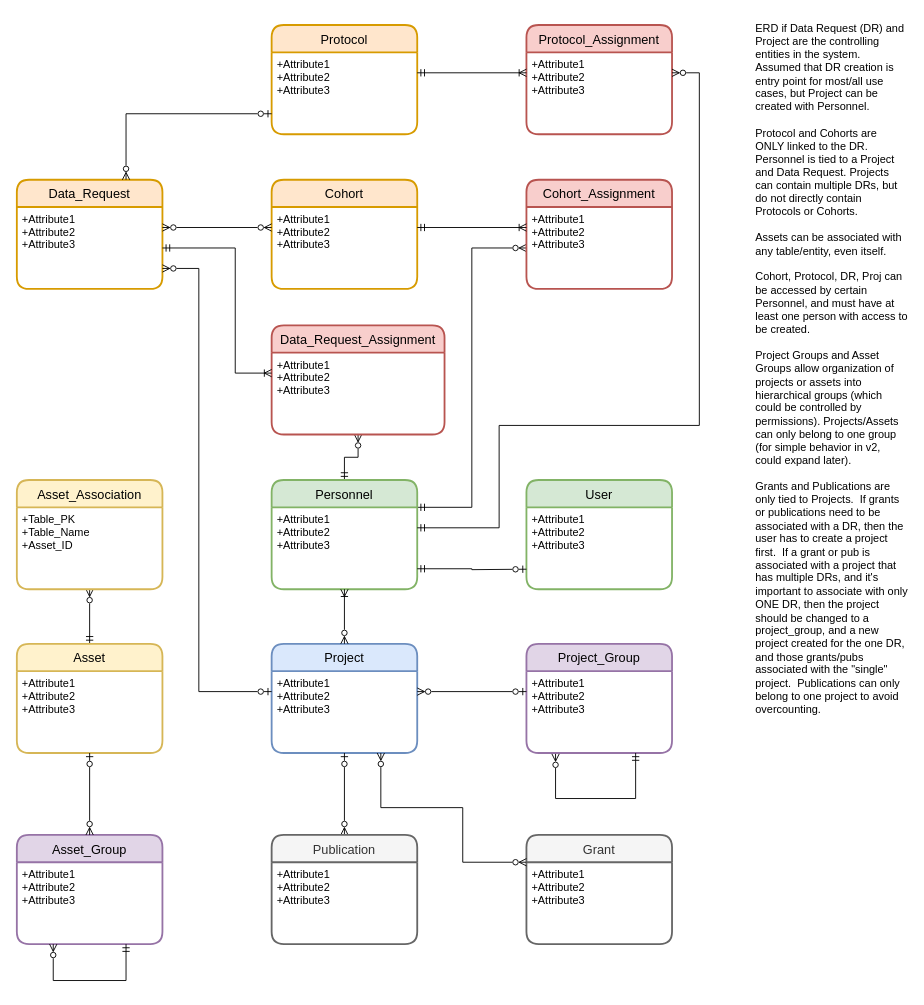
The draw.io diagram page "Full Access" (8 of 8) of DataLens ERD.drawio in ntimkovich/UAB-II-Diagrams, before the edit. Source tidied: cells renumbered, new cells numbered last; positions are measured from the earlier drawing's top-left corner, leaving out a move shared by most shapes. Both pictures are drawn from the tidied source at 91%, with x=0, y=0 at pixel (16, 15).
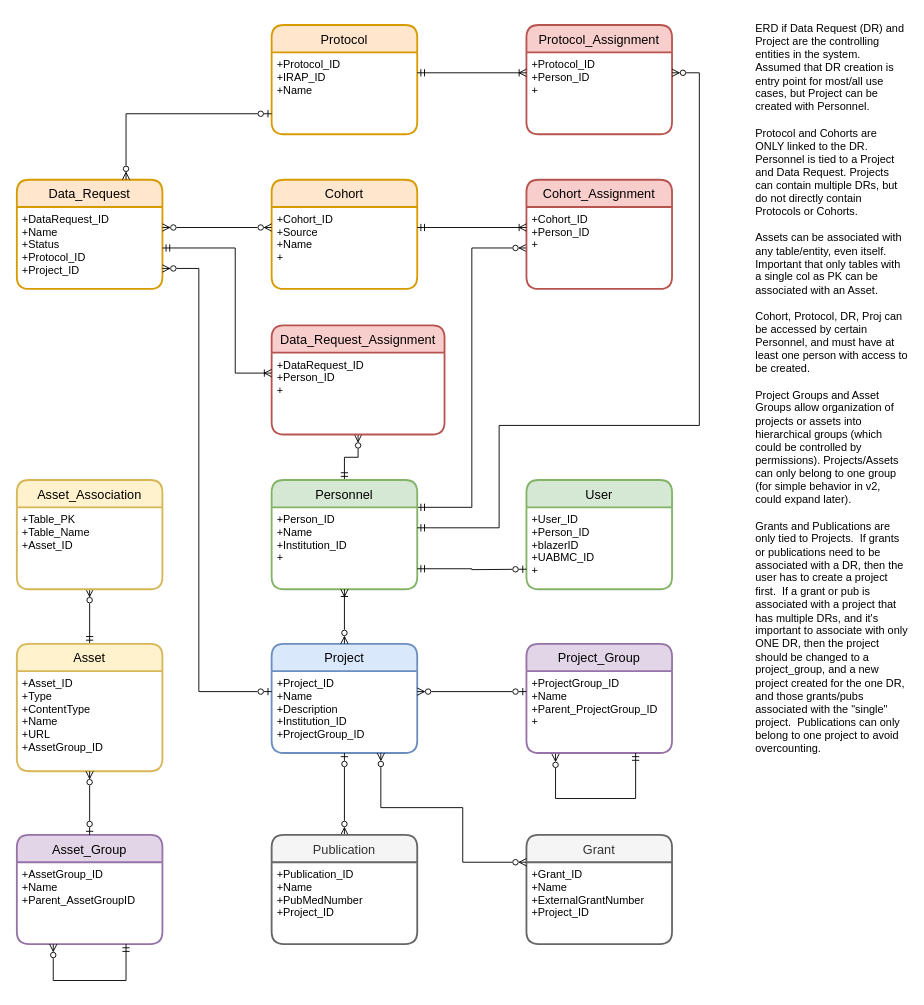
The same diagram, later.

The change refers to these unchanged cells:
```xml
<mxCell id="2" value="Data_Request" style="swimlane;horizontal=1;startSize=30;rounded=1;fontSize=14;fontStyle=0;strokeWidth=2;shadow=0;dashed=0;align=center;fillColor=#ffe6cc;strokeColor=#d79b00;" parent="1" vertex="1">
  <mxGeometry y="180" width="160" height="120" as="geometry" />
</mxCell>
<mxCell id="4" value="Protocol" style="swimlane;horizontal=1;startSize=30;rounded=1;fontSize=14;fontStyle=0;strokeWidth=2;shadow=0;dashed=0;align=center;fillColor=#ffe6cc;strokeColor=#d79b00;" parent="1" vertex="1">
  <mxGeometry x="280" y="10" width="160" height="120" as="geometry" />
</mxCell>
<mxCell id="6" value="Cohort" style="swimlane;horizontal=1;startSize=30;rounded=1;fontSize=14;fontStyle=0;strokeWidth=2;shadow=0;dashed=0;align=center;fillColor=#ffe6cc;strokeColor=#d79b00;" parent="1" vertex="1">
  <mxGeometry x="280" y="180" width="160" height="120" as="geometry" />
</mxCell>
<mxCell id="10" value="Personnel" style="swimlane;horizontal=1;startSize=30;rounded=1;fontSize=14;fontStyle=0;strokeWidth=2;shadow=0;dashed=0;align=center;fillColor=#d5e8d4;strokeColor=#82b366;" parent="1" vertex="1">
  <mxGeometry x="280" y="510" width="160" height="120" as="geometry" />
</mxCell>
<mxCell id="12" value="User" style="swimlane;horizontal=1;startSize=30;rounded=1;fontSize=14;fontStyle=0;strokeWidth=2;shadow=0;dashed=0;align=center;fillColor=#d5e8d4;strokeColor=#82b366;" parent="1" vertex="1">
  <mxGeometry x="560" y="510" width="160" height="120" as="geometry" />
</mxCell>
<mxCell id="14" value="Project" style="swimlane;horizontal=1;startSize=30;rounded=1;fontSize=14;fontStyle=0;strokeWidth=2;shadow=0;dashed=0;align=center;fillColor=#dae8fc;strokeColor=#6c8ebf;" parent="1" vertex="1">
  <mxGeometry x="280" y="690" width="160" height="120" as="geometry" />
</mxCell>
<mxCell id="22" value="Data_Request_Assignment" style="swimlane;horizontal=1;startSize=30;rounded=1;fontSize=14;fontStyle=0;strokeWidth=2;shadow=0;dashed=0;align=center;fillColor=#f8cecc;strokeColor=#b85450;" parent="1" vertex="1">
  <mxGeometry x="280" y="340" width="190" height="120" as="geometry" />
</mxCell>
<mxCell id="30" value="Cohort_Assignment" style="swimlane;horizontal=1;startSize=30;rounded=1;fontSize=14;fontStyle=0;strokeWidth=2;shadow=0;dashed=0;align=center;fillColor=#f8cecc;strokeColor=#b85450;" parent="1" vertex="1">
  <mxGeometry x="560" y="180" width="160" height="120" as="geometry" />
</mxCell>
<mxCell id="33" value="Protocol_Assignment" style="swimlane;horizontal=1;startSize=30;rounded=1;fontSize=14;fontStyle=0;strokeWidth=2;shadow=0;dashed=0;align=center;fillColor=#f8cecc;strokeColor=#b85450;" parent="1" vertex="1">
  <mxGeometry x="560" y="10" width="160" height="120" as="geometry" />
</mxCell>
<mxCell id="37" value="Project_Group" style="swimlane;horizontal=1;startSize=30;rounded=1;fontSize=14;fontStyle=0;strokeWidth=2;shadow=0;dashed=0;align=center;fillColor=#e1d5e7;strokeColor=#9673a6;" parent="1" vertex="1">
  <mxGeometry x="560" y="690" width="160" height="120" as="geometry" />
</mxCell>
<mxCell id="41" value="Asset_Group" style="swimlane;horizontal=1;startSize=30;rounded=1;fontSize=14;fontStyle=0;strokeWidth=2;shadow=0;dashed=0;align=center;fillColor=#e1d5e7;strokeColor=#9673a6;" parent="1" vertex="1">
  <mxGeometry y="900" width="160" height="120" as="geometry" />
</mxCell>
<mxCell id="46" value="Publication" style="swimlane;horizontal=1;startSize=30;rounded=1;fontSize=14;fontStyle=0;strokeWidth=2;shadow=0;dashed=0;align=center;fillColor=#f5f5f5;fontColor=#333333;strokeColor=#666666;" parent="1" vertex="1">
  <mxGeometry x="280" y="900" width="160" height="120" as="geometry" />
</mxCell>
<mxCell id="48" value="Grant" style="swimlane;horizontal=1;startSize=30;rounded=1;fontSize=14;fontStyle=0;strokeWidth=2;shadow=0;dashed=0;align=center;fillColor=#f5f5f5;fontColor=#333333;strokeColor=#666666;" parent="1" vertex="1">
  <mxGeometry x="560" y="900" width="160" height="120" as="geometry" />
</mxCell>
```

Diff of the diagram source:
```diff
@@
-    <mxCell id="3" value="+Attribute1&#10;+Attribute2&#10;+Attribute3" style="align=left;strokeColor=none;fillColor=none;spacingLeft=4;fontSize=12;verticalAlign=top;" parent="2" vertex="1">
+    <mxCell id="3" value="+DataRequest_ID&#10;+Name&#10;+Status&#10;+Protocol_ID&#10;+Project_ID" style="align=left;strokeColor=none;fillColor=none;spacingLeft=4;fontSize=12;verticalAlign=top;" parent="2" vertex="1">
       <mxGeometry y="30" width="160" height="90" as="geometry" />
     </mxCell>
@@
-    <mxCell id="5" value="+Attribute1&#10;+Attribute2&#10;+Attribute3" style="align=left;strokeColor=none;fillColor=none;spacingLeft=4;fontSize=12;verticalAlign=top;" parent="4" vertex="1">
+    <mxCell id="5" value="+Protocol_ID&#10;+IRAP_ID&#10;+Name" style="align=left;strokeColor=none;fillColor=none;spacingLeft=4;fontSize=12;verticalAlign=top;" parent="4" vertex="1">
       <mxGeometry y="30" width="160" height="90" as="geometry" />
     </mxCell>
@@
-    <mxCell id="7" value="+Attribute1&#10;+Attribute2&#10;+Attribute3" style="align=left;strokeColor=none;fillColor=none;spacingLeft=4;fontSize=12;verticalAlign=top;" parent="6" vertex="1">
+    <mxCell id="7" value="+Cohort_ID&#10;+Source&#10;+Name&#10;+" style="align=left;strokeColor=none;fillColor=none;spacingLeft=4;fontSize=12;verticalAlign=top;" parent="6" vertex="1">
       <mxGeometry y="30" width="160" height="90" as="geometry" />
     </mxCell>
@@
-    <mxCell id="11" value="+Attribute1&#10;+Attribute2&#10;+Attribute3" style="align=left;strokeColor=none;fillColor=none;spacingLeft=4;fontSize=12;verticalAlign=top;" parent="10" vertex="1">
+    <mxCell id="11" value="+Person_ID&#10;+Name&#10;+Institution_ID&#10;+" style="align=left;strokeColor=none;fillColor=none;spacingLeft=4;fontSize=12;verticalAlign=top;" parent="10" vertex="1">
       <mxGeometry y="30" width="160" height="90" as="geometry" />
     </mxCell>
@@
-    <mxCell id="13" value="+Attribute1&#10;+Attribute2&#10;+Attribute3" style="align=left;strokeColor=none;fillColor=none;spacingLeft=4;fontSize=12;verticalAlign=top;" parent="12" vertex="1">
+    <mxCell id="13" value="+User_ID&#10;+Person_ID&#10;+blazerID&#10;+UABMC_ID&#10;+" style="align=left;strokeColor=none;fillColor=none;spacingLeft=4;fontSize=12;verticalAlign=top;" parent="12" vertex="1">
       <mxGeometry y="30" width="160" height="90" as="geometry" />
     </mxCell>
@@
-    <mxCell id="15" value="+Attribute1&#10;+Attribute2&#10;+Attribute3" style="align=left;strokeColor=none;fillColor=none;spacingLeft=4;fontSize=12;verticalAlign=top;" parent="14" vertex="1">
+    <mxCell id="15" value="+Project_ID&#10;+Name&#10;+Description&#10;+Institution_ID&#10;+ProjectGroup_ID" style="align=left;strokeColor=none;fillColor=none;spacingLeft=4;fontSize=12;verticalAlign=top;" parent="14" vertex="1">
       <mxGeometry y="30" width="160" height="90" as="geometry" />
     </mxCell>
@@
-    <mxCell id="21" value="ERD if Data Request (DR) and Project are the controlling entities in the system.&amp;nbsp; Assumed that DR creation is entry point for most/all use cases, but Project can be created with Personnel.&lt;br&gt;&lt;br&gt;Protocol and Cohorts are ONLY linked to the DR.&amp;nbsp; Personnel is tied to a Project and Data Request. Projects can contain multiple DRs, but do not directly contain Protocols or Cohorts.&lt;br&gt;&lt;br&gt;Assets can be associated with any table/entity, even itself.&lt;br&gt;&lt;br&gt;Cohort, Protocol, DR, Proj can be accessed by certain Personnel, and must have at least one person with access to be created.&lt;br&gt;&lt;br&gt;Project Groups and Asset Groups allow organization of projects or assets into hierarchical groups (which could be controlled by permissions). Projects/Assets can only belong to one group (for simple behavior in v2, could expand later).&lt;br&gt;&lt;br&gt;Grants and Publications are only tied to Projects.&amp;nbsp; If grants or publications need to be associated with a DR, then the user has to create a project first.&amp;nbsp; If a grant or pub is associated with a project that has multiple DRs, and it's important to associate with only ONE DR, then the project should be changed to a project_group, and a new project created for the one DR, and those grants/pubs associated with the &quot;single&quot; project.&amp;nbsp; Publications can only belong to one project to avoid overcounting." style="text;html=1;strokeColor=none;fillColor=none;align=left;verticalAlign=top;whiteSpace=wrap;rounded=0;" parent="1" vertex="1">
+    <mxCell id="21" value="ERD if Data Request (DR) and Project are the controlling entities in the system.&amp;nbsp; Assumed that DR creation is entry point for most/all use cases, but Project can be created with Personnel.&lt;br&gt;&lt;br&gt;Protocol and Cohorts are ONLY linked to the DR.&amp;nbsp; Personnel is tied to a Project and Data Request. Projects can contain multiple DRs, but do not directly contain Protocols or Cohorts.&lt;br&gt;&lt;br&gt;Assets can be associated with any table/entity, even itself. Important that only tables with a single col as PK can be associated with an Asset.&lt;br&gt;&lt;br&gt;Cohort, Protocol, DR, Proj can be accessed by certain Personnel, and must have at least one person with access to be created.&lt;br&gt;&lt;br&gt;Project Groups and Asset Groups allow organization of projects or assets into hierarchical groups (which could be controlled by permissions). Projects/Assets can only belong to one group (for simple behavior in v2, could expand later).&lt;br&gt;&lt;br&gt;Grants and Publications are only tied to Projects.&amp;nbsp; If grants or publications need to be associated with a DR, then the user has to create a project first.&amp;nbsp; If a grant or pub is associated with a project that has multiple DRs, and it's important to associate with only ONE DR, then the project should be changed to a project_group, and a new project created for the one DR, and those grants/pubs associated with the &quot;single&quot; project.&amp;nbsp; Publications can only belong to one project to avoid overcounting." style="text;html=1;strokeColor=none;fillColor=none;align=left;verticalAlign=top;whiteSpace=wrap;rounded=0;" parent="1" vertex="1">
       <mxGeometry x="810" width="170" height="820" as="geometry" />
     </mxCell>
@@
-    <mxCell id="23" value="+Attribute1&#10;+Attribute2&#10;+Attribute3" style="align=left;strokeColor=none;fillColor=none;spacingLeft=4;fontSize=12;verticalAlign=top;" parent="22" vertex="1">
+    <mxCell id="23" value="+DataRequest_ID&#10;+Person_ID&#10;+" style="align=left;strokeColor=none;fillColor=none;spacingLeft=4;fontSize=12;verticalAlign=top;" parent="22" vertex="1">
       <mxGeometry y="30" width="190" height="90" as="geometry" />
     </mxCell>
@@
     <mxCell id="26" value="Asset" style="swimlane;horizontal=1;startSize=30;rounded=1;fontSize=14;fontStyle=0;strokeWidth=2;shadow=0;dashed=0;align=center;fillColor=#fff2cc;strokeColor=#d6b656;" parent="1" vertex="1">
-      <mxGeometry y="690" width="160" height="120" as="geometry" />
+      <mxGeometry y="690" width="160" height="140" as="geometry" />
     </mxCell>
-    <mxCell id="27" value="+Attribute1&#10;+Attribute2&#10;+Attribute3" style="align=left;strokeColor=none;fillColor=none;spacingLeft=4;fontSize=12;verticalAlign=top;" parent="26" vertex="1">
-      <mxGeometry y="30" width="160" height="90" as="geometry" />
+    <mxCell id="27" value="+Asset_ID&#10;+Type&#10;+ContentType&#10;+Name&#10;+URL&#10;+AssetGroup_ID" style="align=left;strokeColor=none;fillColor=none;spacingLeft=4;fontSize=12;verticalAlign=top;" parent="26" vertex="1">
+      <mxGeometry y="30" width="160" height="110" as="geometry" />
     </mxCell>
@@
-    <mxCell id="31" value="+Attribute1&#10;+Attribute2&#10;+Attribute3" style="align=left;strokeColor=none;fillColor=none;spacingLeft=4;fontSize=12;verticalAlign=top;" parent="30" vertex="1">
+    <mxCell id="31" value="+Cohort_ID&#10;+Person_ID&#10;+" style="align=left;strokeColor=none;fillColor=none;spacingLeft=4;fontSize=12;verticalAlign=top;" parent="30" vertex="1">
       <mxGeometry y="30" width="160" height="90" as="geometry" />
     </mxCell>
@@
-    <mxCell id="34" value="+Attribute1&#10;+Attribute2&#10;+Attribute3" style="align=left;strokeColor=none;fillColor=none;spacingLeft=4;fontSize=12;verticalAlign=top;" parent="33" vertex="1">
+    <mxCell id="34" value="+Protocol_ID&#10;+Person_ID&#10;+" style="align=left;strokeColor=none;fillColor=none;spacingLeft=4;fontSize=12;verticalAlign=top;" parent="33" vertex="1">
       <mxGeometry y="30" width="160" height="90" as="geometry" />
     </mxCell>
@@
-    <mxCell id="38" value="+Attribute1&#10;+Attribute2&#10;+Attribute3" style="align=left;strokeColor=none;fillColor=none;spacingLeft=4;fontSize=12;verticalAlign=top;" parent="37" vertex="1">
+    <mxCell id="38" value="+ProjectGroup_ID&#10;+Name&#10;+Parent_ProjectGroup_ID&#10;+" style="align=left;strokeColor=none;fillColor=none;spacingLeft=4;fontSize=12;verticalAlign=top;" parent="37" vertex="1">
       <mxGeometry y="30" width="160" height="90" as="geometry" />
     </mxCell>
@@
-    <mxCell id="42" value="+Attribute1&#10;+Attribute2&#10;+Attribute3" style="align=left;strokeColor=none;fillColor=none;spacingLeft=4;fontSize=12;verticalAlign=top;" parent="41" vertex="1">
+    <mxCell id="42" value="+AssetGroup_ID&#10;+Name&#10;+Parent_AssetGroupID" style="align=left;strokeColor=none;fillColor=none;spacingLeft=4;fontSize=12;verticalAlign=top;" parent="41" vertex="1">
       <mxGeometry y="30" width="160" height="90" as="geometry" />
     </mxCell>
@@
-    <mxCell id="44" style="edgeStyle=orthogonalEdgeStyle;rounded=0;jettySize=auto;html=1;exitX=0.5;exitY=1;exitDx=0;exitDy=0;entryX=0.5;entryY=0;entryDx=0;entryDy=0;startArrow=ERzeroToOne;startFill=0;endArrow=ERzeroToMany;endFill=0;" parent="1" edge="1" source="27" target="41">
+    <mxCell id="44" style="edgeStyle=orthogonalEdgeStyle;rounded=0;jettySize=auto;html=1;exitX=0.5;exitY=1;exitDx=0;exitDy=0;entryX=0.5;entryY=0;entryDx=0;entryDy=0;startArrow=ERzeroToMany;startFill=0;endArrow=ERzeroToOne;endFill=0;" parent="1" edge="1" source="27" target="41">
       <mxGeometry relative="1" as="geometry" />
     </mxCell>
@@
-    <mxCell id="47" value="+Attribute1&#10;+Attribute2&#10;+Attribute3" style="align=left;strokeColor=none;fillColor=none;spacingLeft=4;fontSize=12;verticalAlign=top;" parent="46" vertex="1">
+    <mxCell id="47" value="+Publication_ID&#10;+Name&#10;+PubMedNumber&#10;+Project_ID" style="align=left;strokeColor=none;fillColor=none;spacingLeft=4;fontSize=12;verticalAlign=top;" parent="46" vertex="1">
       <mxGeometry y="30" width="160" height="90" as="geometry" />
     </mxCell>
@@
-    <mxCell id="49" value="+Attribute1&#10;+Attribute2&#10;+Attribute3" style="align=left;strokeColor=none;fillColor=none;spacingLeft=4;fontSize=12;verticalAlign=top;" parent="48" vertex="1">
+    <mxCell id="49" value="+Grant_ID&#10;+Name&#10;+ExternalGrantNumber&#10;+Project_ID" style="align=left;strokeColor=none;fillColor=none;spacingLeft=4;fontSize=12;verticalAlign=top;" parent="48" vertex="1">
       <mxGeometry y="30" width="160" height="90" as="geometry" />
     </mxCell>
```
